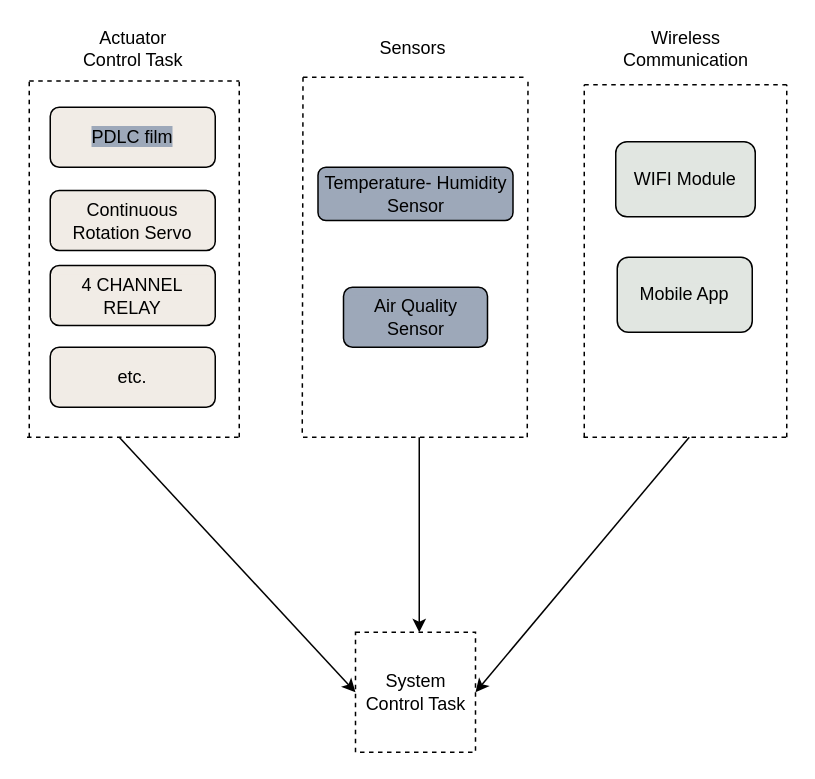
ese5160/final-project-a07g-a14g-t18-dualcore keeps this draw.io diagram as Block Diagram Outline.drawio. Above is the earlier version. Source tidied: cells renumbered, new cells numbered last; positions are measured from the earlier drawing's top-left corner, leaving out a move shared by most shapes. Both pictures are drawn from the tidied source at 150%, with x=0, y=0 at pixel (26, 24).
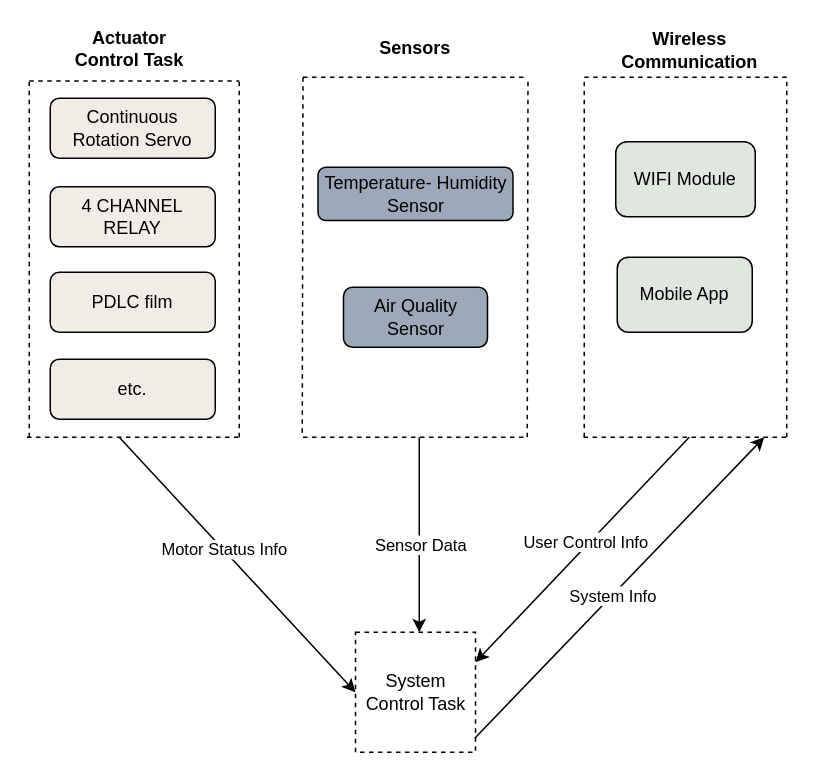
After the change.

Unchanged cells that the change refers to:
```xml
<mxCell id="10" value="System Control Task" style="whiteSpace=wrap;html=1;dashed=1;" parent="1" vertex="1">
  <mxGeometry x="219.5" y="405" width="80" height="80" as="geometry" />
</mxCell>
<mxCell id="17" style="endArrow=classic;html=1;rounded=0;" parent="1" edge="1">
  <mxGeometry relative="1" as="geometry">
    <mxPoint x="262" y="275" as="sourcePoint" />
    <mxPoint x="262" y="405" as="targetPoint" />
  </mxGeometry>
</mxCell>
```

What changed in the source:
```diff
@@
     <mxCell id="6" style="endArrow=none;dashed=1;html=1;rounded=0;" parent="1" edge="1">
       <mxGeometry relative="1" as="geometry">
-        <mxPoint x="372" y="40" as="sourcePoint" />
-        <mxPoint x="507" y="40" as="targetPoint" />
+        <mxPoint x="372" y="35" as="sourcePoint" />
+        <mxPoint x="507" y="35" as="targetPoint" />
       </mxGeometry>
     </mxCell>
@@
     <mxCell id="8" style="endArrow=none;dashed=1;html=1;rounded=0;" parent="1" edge="1">
       <mxGeometry relative="1" as="geometry">
         <mxPoint x="372" y="275" as="sourcePoint" />
-        <mxPoint x="372" y="40" as="targetPoint" />
+        <mxPoint x="372" y="35" as="targetPoint" />
       </mxGeometry>
     </mxCell>
     <mxCell id="9" style="endArrow=none;dashed=1;html=1;rounded=0;" parent="1" edge="1">
       <mxGeometry relative="1" as="geometry">
         <mxPoint x="507" y="275" as="sourcePoint" />
-        <mxPoint x="507" y="40" as="targetPoint" />
+        <mxPoint x="507" y="36" as="targetPoint" />
       </mxGeometry>
     </mxCell>
@@
-    <mxCell id="11" value="Wireless Communication" style="text;html=1;align=center;verticalAlign=middle;whiteSpace=wrap;rounded=0;" parent="1" vertex="1">
-      <mxGeometry x="409.5" y="0.5" width="60" height="30" as="geometry" />
+    <mxCell id="11" value="&lt;b&gt;Wireless Communication&lt;/b&gt;" style="text;html=1;align=center;verticalAlign=middle;whiteSpace=wrap;rounded=0;" parent="1" vertex="1">
+      <mxGeometry x="405" y="2" width="74.5" height="30" as="geometry" />
     </mxCell>
@@
-    <mxCell id="15" value="Sensors" style="text;html=1;align=center;verticalAlign=middle;whiteSpace=wrap;rounded=0;" parent="1" vertex="1">
-      <mxGeometry x="227.5" y="0.5" width="60" height="30" as="geometry" />
+    <mxCell id="15" value="&lt;b&gt;Sensors&lt;/b&gt;" style="text;html=1;align=center;verticalAlign=middle;whiteSpace=wrap;rounded=0;" parent="1" vertex="1">
+      <mxGeometry x="219.5" y="0.5" width="78.5" height="30" as="geometry" />
     </mxCell>
-    <mxCell id="16" style="endArrow=classic;html=1;rounded=0;entryX=0;entryY=0.5;entryDx=0;entryDy=0;" parent="1" edge="1" target="10">
+    <mxCell id="16" style="endArrow=classic;html=1;rounded=0;entryX=0;entryY=0.5;entryDx=0;entryDy=0;jumpStyle=none;" parent="1" edge="1" target="10">
       <mxGeometry relative="1" as="geometry">
         <mxPoint x="62" y="275" as="sourcePoint" />
       </mxGeometry>
     </mxCell>
+    <mxCell id="29" value="Motor Status Info" style="edgeLabel;html=1;align=center;verticalAlign=middle;" parent="16" vertex="1">
+      <mxGeometry x="-0.12" relative="1" as="geometry" />
+    </mxCell>
@@
+    <mxCell id="30" value="Sensor Data" style="edgeLabel;html=1;align=center;verticalAlign=middle;" parent="17" vertex="1">
+      <mxGeometry x="0.09" relative="1" as="geometry" />
+    </mxCell>
-    <mxCell id="18" value="&lt;span style=&quot;background-color: rgb(157, 168, 185);&quot;&gt;PDLC film&lt;/span&gt;" style="rounded=1;whiteSpace=wrap;html=1;strokeColor=default;align=center;verticalAlign=middle;fontFamily=Helvetica;fontSize=12;fontColor=default;fillColor=light-dark(#f1ece6, #ededed);labelBackgroundColor=light-dark(#f1ece6, #ededed);" parent="1" vertex="1">
-      <mxGeometry x="16" y="55" width="110" height="40" as="geometry" />
+    <mxCell id="18" value="&lt;span&gt;PDLC film&lt;/span&gt;" style="rounded=1;whiteSpace=wrap;html=1;strokeColor=default;align=center;verticalAlign=middle;fontFamily=Helvetica;fontSize=12;fontColor=default;fillColor=light-dark(#f1ece6, #ededed);labelBackgroundColor=light-dark(#f1ece6, #ededed);" parent="1" vertex="1">
+      <mxGeometry x="16" y="165" width="110" height="40" as="geometry" />
     </mxCell>
@@
     <mxCell id="20" value="Continuous Rotation Servo" style="rounded=1;whiteSpace=wrap;html=1;strokeColor=default;align=center;verticalAlign=middle;fontFamily=Helvetica;fontSize=12;fontColor=default;fillColor=light-dark(#f1ece6, #ededed);labelBackgroundColor=light-dark(#f1ece6, #ededed);" parent="1" vertex="1">
-      <mxGeometry x="16" y="110.5" width="110" height="40" as="geometry" />
+      <mxGeometry x="16" y="49" width="110" height="40" as="geometry" />
     </mxCell>
     <mxCell id="21" value="etc." style="rounded=1;whiteSpace=wrap;html=1;strokeColor=default;align=center;verticalAlign=middle;fontFamily=Helvetica;fontSize=12;fontColor=default;fillColor=light-dark(#f1ece6, #ededed);labelBackgroundColor=light-dark(#f1ece6, #ededed);" parent="1" vertex="1">
-      <mxGeometry x="16" y="215" width="110" height="40" as="geometry" />
+      <mxGeometry x="16" y="223" width="110" height="40" as="geometry" />
     </mxCell>
     <mxCell id="22" value="4 CHANNEL RELAY" style="rounded=1;whiteSpace=wrap;html=1;strokeColor=default;align=center;verticalAlign=middle;fontFamily=Helvetica;fontSize=12;fontColor=default;fillColor=light-dark(#f1ece6, #ededed);labelBackgroundColor=light-dark(#f1ece6, #ededed);" parent="1" vertex="1">
-      <mxGeometry x="16" y="160.5" width="110" height="40" as="geometry" />
+      <mxGeometry x="16" y="108" width="110" height="40" as="geometry" />
     </mxCell>
@@
-    <mxCell id="27" style="endArrow=classic;html=1;rounded=0;entryX=1;entryY=0.5;entryDx=0;entryDy=0;" parent="1" edge="1" target="10">
+    <mxCell id="27" style="endArrow=classic;html=1;rounded=0;entryX=1;entryY=0.25;entryDx=0;entryDy=0;" parent="1" edge="1" target="10">
       <mxGeometry relative="1" as="geometry">
         <mxPoint x="442" y="275" as="sourcePoint" />
       </mxGeometry>
     </mxCell>
+    <mxCell id="31" value="User Control Info" style="edgeLabel;html=1;align=center;verticalAlign=middle;" parent="27" vertex="1">
+      <mxGeometry x="-0.05" y="1" relative="1" as="geometry">
+        <mxPoint x="-3" y="-2" as="offset" />
+      </mxGeometry>
+    </mxCell>
-    <mxCell id="28" value="Actuator Control Task" style="text;html=1;align=center;verticalAlign=middle;whiteSpace=wrap;rounded=0;" parent="1" vertex="1">
-      <mxGeometry x="35.5" y="0.5" width="71" height="30" as="geometry" />
+    <mxCell id="28" value="&lt;b&gt;Actuator Control Task&lt;/b&gt;" style="text;html=1;align=center;verticalAlign=middle;whiteSpace=wrap;rounded=0;" parent="1" vertex="1">
+      <mxGeometry x="27" y="0.5" width="83.5" height="30" as="geometry" />
     </mxCell>
+    <mxCell id="32" style="endArrow=classic;html=1;rounded=0;exitX=0.994;exitY=0.883;exitDx=0;exitDy=0;exitPerimeter=0;" parent="1" edge="1" source="10">
+      <mxGeometry relative="1" as="geometry">
+        <mxPoint x="492" y="275" as="targetPoint" />
+      </mxGeometry>
+    </mxCell>
+    <mxCell id="33" value="System Info" style="edgeLabel;html=1;align=center;verticalAlign=middle;" parent="32" vertex="1">
+      <mxGeometry x="-0.05" relative="1" as="geometry" />
+    </mxCell>
```
